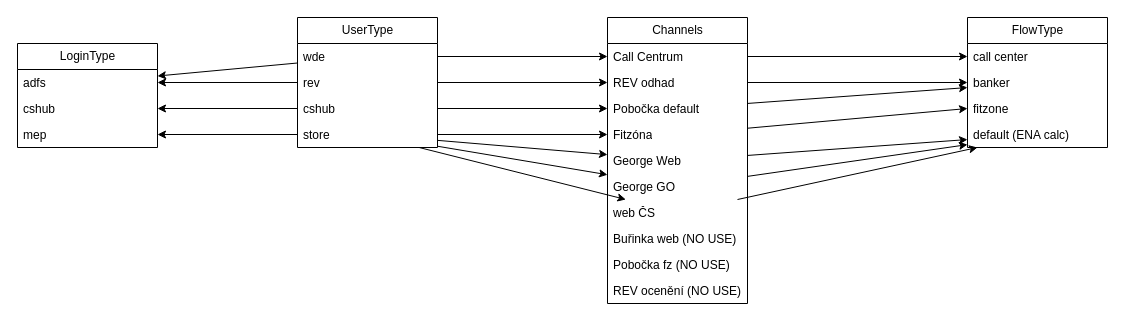
The draw.io diagram ENA_model.drawio in ondrejtuma-ext43301/diagrams, before the edit. Source tidied: cells renumbered, new cells numbered last; positions are measured from the earlier drawing's top-left corner, leaving out a move shared by most shapes. Both pictures are drawn from the tidied source at 100%, with x=0, y=0 at pixel (17, 17).
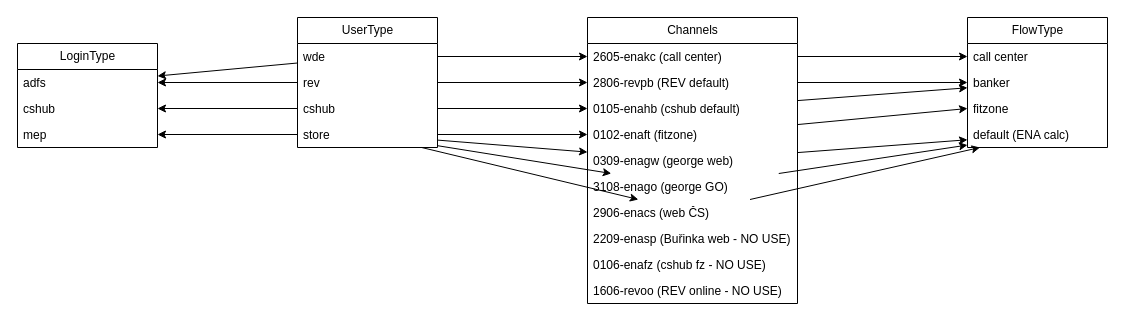
After the change.

Commit message:
chore: channel codes

What changed in the source:
```diff
@@
     <mxCell id="11" value="Channels" style="swimlane;fontStyle=0;horizontal=1;startSize=26;fillColor=none;html=1;" parent="1" vertex="1">
-      <mxGeometry x="590" width="140" height="286" as="geometry" />
+      <mxGeometry x="570" width="210" height="286" as="geometry" />
     </mxCell>
-    <mxCell id="12" value="Call Centrum" style="text;strokeColor=none;fillColor=none;align=left;verticalAlign=top;spacingLeft=4;spacingRight=4;overflow=hidden;points=[[0,0.5],[1,0.5]];portConstraint=eastwest;whiteSpace=wrap;html=1;" parent="11" vertex="1">
-      <mxGeometry y="26" width="140" height="26" as="geometry" />
+    <mxCell id="12" value="2605-enakc (call center)" style="text;strokeColor=none;fillColor=none;align=left;verticalAlign=top;spacingLeft=4;spacingRight=4;overflow=hidden;points=[[0,0.5],[1,0.5]];portConstraint=eastwest;whiteSpace=wrap;html=1;" parent="11" vertex="1">
+      <mxGeometry y="26" width="210" height="26" as="geometry" />
     </mxCell>
-    <mxCell id="13" value="REV odhad" style="text;strokeColor=none;fillColor=none;align=left;verticalAlign=top;spacingLeft=4;spacingRight=4;overflow=hidden;points=[[0,0.5],[1,0.5]];portConstraint=eastwest;whiteSpace=wrap;html=1;" parent="11" vertex="1">
-      <mxGeometry y="52" width="140" height="26" as="geometry" />
+    <mxCell id="13" value="2806-revpb (REV default)" style="text;strokeColor=none;fillColor=none;align=left;verticalAlign=top;spacingLeft=4;spacingRight=4;overflow=hidden;points=[[0,0.5],[1,0.5]];portConstraint=eastwest;whiteSpace=wrap;html=1;" parent="11" vertex="1">
+      <mxGeometry y="52" width="210" height="26" as="geometry" />
     </mxCell>
-    <mxCell id="14" value="Pobočka default" style="text;strokeColor=none;fillColor=none;align=left;verticalAlign=top;spacingLeft=4;spacingRight=4;overflow=hidden;points=[[0,0.5],[1,0.5]];portConstraint=eastwest;whiteSpace=wrap;html=1;" parent="11" vertex="1">
-      <mxGeometry y="78" width="140" height="26" as="geometry" />
+    <mxCell id="14" value="0105-enahb (cshub&amp;nbsp;default)" style="text;strokeColor=none;fillColor=none;align=left;verticalAlign=top;spacingLeft=4;spacingRight=4;overflow=hidden;points=[[0,0.5],[1,0.5]];portConstraint=eastwest;whiteSpace=wrap;html=1;" parent="11" vertex="1">
+      <mxGeometry y="78" width="210" height="26" as="geometry" />
     </mxCell>
-    <mxCell id="15" value="Fitzóna" style="text;strokeColor=none;fillColor=none;align=left;verticalAlign=top;spacingLeft=4;spacingRight=4;overflow=hidden;points=[[0,0.5],[1,0.5]];portConstraint=eastwest;whiteSpace=wrap;html=1;" parent="11" vertex="1">
-      <mxGeometry y="104" width="140" height="26" as="geometry" />
+    <mxCell id="15" value="0102-enaft (fitzone)" style="text;strokeColor=none;fillColor=none;align=left;verticalAlign=top;spacingLeft=4;spacingRight=4;overflow=hidden;points=[[0,0.5],[1,0.5]];portConstraint=eastwest;whiteSpace=wrap;html=1;" parent="11" vertex="1">
+      <mxGeometry y="104" width="210" height="26" as="geometry" />
     </mxCell>
-    <mxCell id="16" value="George Web" style="text;strokeColor=none;fillColor=none;align=left;verticalAlign=top;spacingLeft=4;spacingRight=4;overflow=hidden;points=[[0,0.5],[1,0.5]];portConstraint=eastwest;whiteSpace=wrap;html=1;" parent="11" vertex="1">
-      <mxGeometry y="130" width="140" height="26" as="geometry" />
+    <mxCell id="16" value="0309-enagw (george web)" style="text;strokeColor=none;fillColor=none;align=left;verticalAlign=top;spacingLeft=4;spacingRight=4;overflow=hidden;points=[[0,0.5],[1,0.5]];portConstraint=eastwest;whiteSpace=wrap;html=1;" parent="11" vertex="1">
+      <mxGeometry y="130" width="210" height="26" as="geometry" />
     </mxCell>
-    <mxCell id="17" value="George GO" style="text;strokeColor=none;fillColor=none;align=left;verticalAlign=top;spacingLeft=4;spacingRight=4;overflow=hidden;points=[[0,0.5],[1,0.5]];portConstraint=eastwest;whiteSpace=wrap;html=1;" parent="11" vertex="1">
-      <mxGeometry y="156" width="140" height="26" as="geometry" />
+    <mxCell id="17" value="3108-enago (george GO)" style="text;strokeColor=none;fillColor=none;align=left;verticalAlign=top;spacingLeft=4;spacingRight=4;overflow=hidden;points=[[0,0.5],[1,0.5]];portConstraint=eastwest;whiteSpace=wrap;html=1;" parent="11" vertex="1">
+      <mxGeometry y="156" width="210" height="26" as="geometry" />
     </mxCell>
-    <mxCell id="18" value="web ČS" style="text;strokeColor=none;fillColor=none;align=left;verticalAlign=top;spacingLeft=4;spacingRight=4;overflow=hidden;points=[[0,0.5],[1,0.5]];portConstraint=eastwest;whiteSpace=wrap;html=1;" parent="11" vertex="1">
-      <mxGeometry y="182" width="140" height="26" as="geometry" />
+    <mxCell id="18" value="2906-enacs (web ČS)" style="text;strokeColor=none;fillColor=none;align=left;verticalAlign=top;spacingLeft=4;spacingRight=4;overflow=hidden;points=[[0,0.5],[1,0.5]];portConstraint=eastwest;whiteSpace=wrap;html=1;" parent="11" vertex="1">
+      <mxGeometry y="182" width="210" height="26" as="geometry" />
     </mxCell>
-    <mxCell id="19" value="Buřinka web (NO USE)" style="text;strokeColor=none;fillColor=none;align=left;verticalAlign=top;spacingLeft=4;spacingRight=4;overflow=hidden;whiteSpace=wrap;html=1;" parent="11" vertex="1">
-      <mxGeometry y="208" width="140" height="26" as="geometry" />
+    <mxCell id="19" value="2209-enasp (Buřinka web - NO USE)" style="text;strokeColor=none;fillColor=none;align=left;verticalAlign=top;spacingLeft=4;spacingRight=4;overflow=hidden;whiteSpace=wrap;html=1;" parent="11" vertex="1">
+      <mxGeometry y="208" width="210" height="26" as="geometry" />
     </mxCell>
-    <mxCell id="20" value="Pobočka fz (NO USE)" style="text;strokeColor=none;fillColor=none;align=left;verticalAlign=top;spacingLeft=4;spacingRight=4;overflow=hidden;whiteSpace=wrap;html=1;" parent="11" vertex="1">
-      <mxGeometry y="234" width="140" height="26" as="geometry" />
+    <mxCell id="20" value="0106-enafz (cshub fz - NO USE)" style="text;strokeColor=none;fillColor=none;align=left;verticalAlign=top;spacingLeft=4;spacingRight=4;overflow=hidden;whiteSpace=wrap;html=1;" parent="11" vertex="1">
+      <mxGeometry y="234" width="210" height="26" as="geometry" />
     </mxCell>
-    <mxCell id="21" value="REV ocenění (NO USE)" style="text;strokeColor=none;fillColor=none;align=left;verticalAlign=top;spacingLeft=4;spacingRight=4;overflow=hidden;whiteSpace=wrap;html=1;" parent="11" vertex="1">
-      <mxGeometry y="260" width="140" height="26" as="geometry" />
+    <mxCell id="21" value="1606-revoo (REV online - NO USE)" style="text;strokeColor=none;fillColor=none;align=left;verticalAlign=top;spacingLeft=4;spacingRight=4;overflow=hidden;whiteSpace=wrap;html=1;" parent="11" vertex="1">
+      <mxGeometry y="260" width="210" height="26" as="geometry" />
     </mxCell>
```
